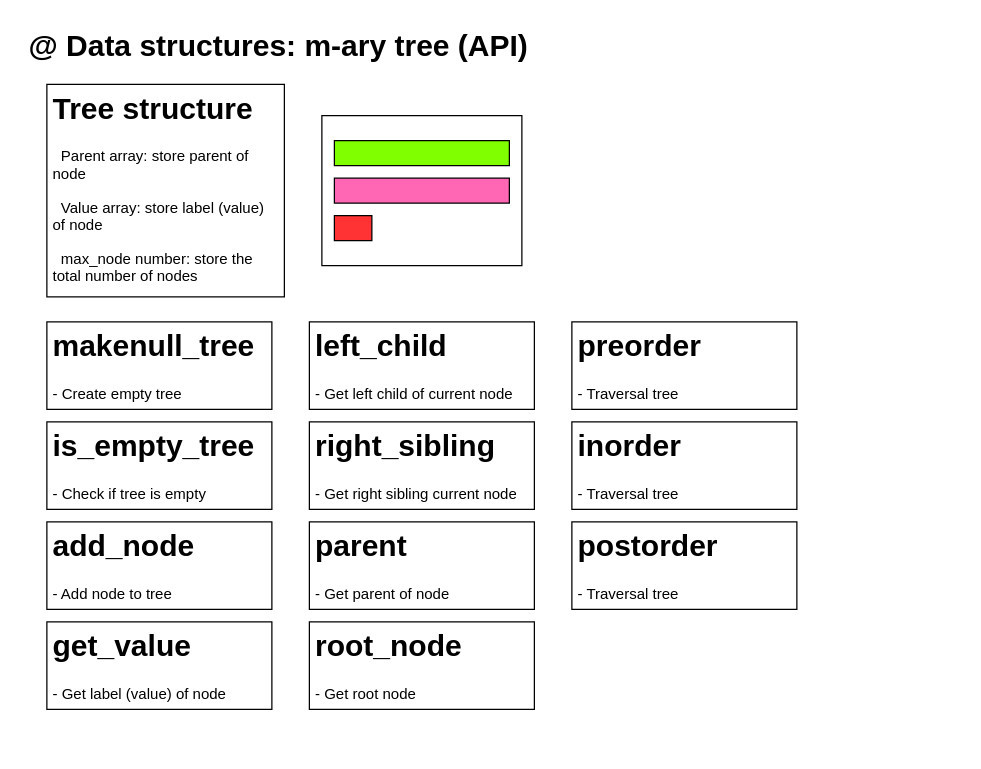
Before: src/dsa/Tree/diagram/m-ary-tree-api.drawio in publicforall1/c-lang, a draw.io diagram. Source tidied: cells renumbered, new cells numbered last; positions are measured from the earlier drawing's top-left corner, leaving out a move shared by most shapes. Both pictures are drawn from the tidied source at 125%, with x=0, y=0 at pixel (21, 21).
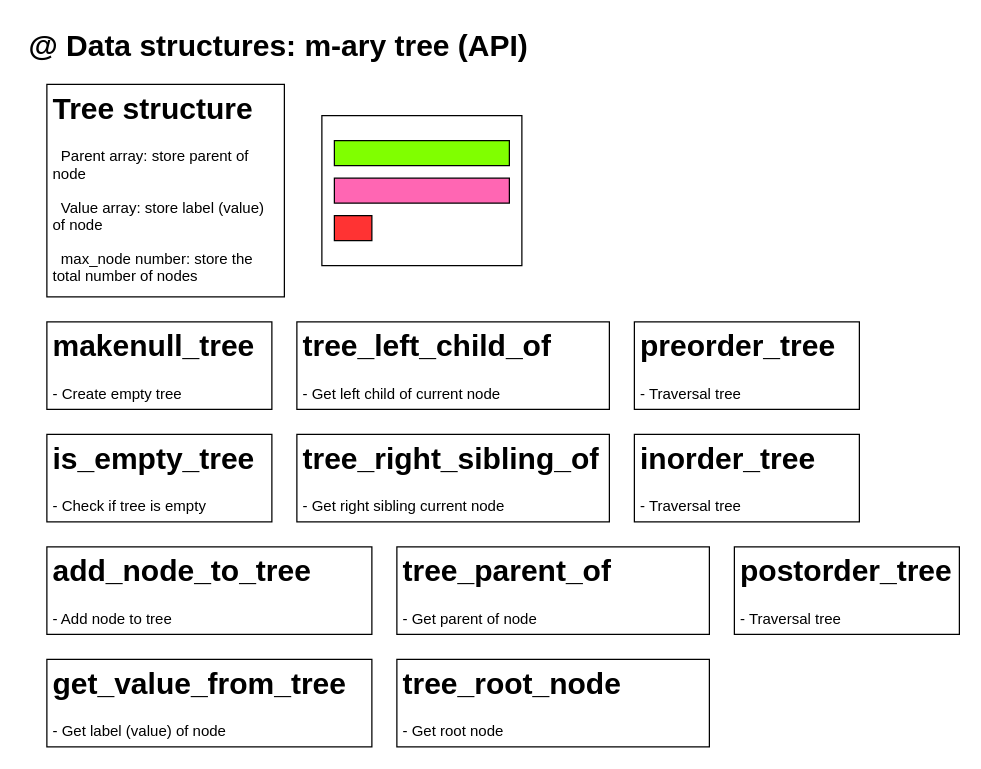
The same diagram, later.

Commit message (it also covers changes not shown here):
@compatible: Tree

What changed in the source:
```diff
@@
 <mxGraphModel>
   <root>
     <mxCell id="0" />
     <mxCell id="1" parent="0" />
     <mxCell id="2" value="@ Data structures: m-ary tree (API)" style="text;strokeColor=none;fillColor=none;html=1;fontSize=24;fontStyle=1;verticalAlign=middle;align=center;" parent="1" vertex="1">
       <mxGeometry width="410" height="40" as="geometry" />
     </mxCell>
     <mxCell id="3" value="&lt;h1&gt;makenull_tree&lt;/h1&gt;&lt;p&gt;&lt;font style=&quot;font-size: 12px&quot;&gt;- Create empty tree&lt;/font&gt;&lt;/p&gt;" style="text;html=1;strokeColor=#000000;fillColor=none;spacing=5;spacingTop=-20;whiteSpace=wrap;overflow=hidden;rounded=0;" parent="1" vertex="1">
       <mxGeometry x="20" y="240" width="180" height="70" as="geometry" />
     </mxCell>
     <mxCell id="4" value="&lt;h1&gt;is_empty_tree&lt;/h1&gt;&lt;p&gt;- Check if tree is empty&lt;/p&gt;" style="text;html=1;strokeColor=#000000;fillColor=none;spacing=5;spacingTop=-20;whiteSpace=wrap;overflow=hidden;rounded=0;" parent="1" vertex="1">
-      <mxGeometry x="20" y="320" width="180" height="70" as="geometry" />
+      <mxGeometry x="20" y="330" width="180" height="70" as="geometry" />
     </mxCell>
     <mxCell id="5" value="&lt;h1&gt;Tree structure&lt;/h1&gt;&lt;p&gt;&lt;font style=&quot;font-size: 12px&quot;&gt;&amp;nbsp; Parent array: store parent of node&lt;/font&gt;&lt;/p&gt;&lt;p&gt;&lt;font style=&quot;font-size: 12px&quot;&gt;&amp;nbsp; Value array: store label (value) of node&lt;/font&gt;&lt;/p&gt;&lt;p&gt;&lt;font style=&quot;font-size: 12px&quot;&gt;&amp;nbsp; max_node number: store the total number of nodes&lt;/font&gt;&lt;/p&gt;" style="text;html=1;strokeColor=#000000;fillColor=none;spacing=5;spacingTop=-20;whiteSpace=wrap;overflow=hidden;rounded=0;" parent="1" vertex="1">
       <mxGeometry x="20" y="50" width="190" height="170" as="geometry" />
     </mxCell>
-    <mxCell id="6" value="&lt;h1&gt;get_value&lt;/h1&gt;&lt;p&gt;&lt;font style=&quot;font-size: 12px&quot;&gt;- Get label (value) of node&lt;/font&gt;&lt;/p&gt;" style="text;html=1;strokeColor=#000000;fillColor=none;spacing=5;spacingTop=-20;whiteSpace=wrap;overflow=hidden;rounded=0;" parent="1" vertex="1">
-      <mxGeometry x="20" y="480" width="180" height="70" as="geometry" />
+    <mxCell id="6" value="&lt;h1&gt;get_value_from_tree&lt;/h1&gt;&lt;p&gt;&lt;font style=&quot;font-size: 12px&quot;&gt;- Get label (value) of node&lt;/font&gt;&lt;/p&gt;" style="text;html=1;strokeColor=#000000;fillColor=none;spacing=5;spacingTop=-20;whiteSpace=wrap;overflow=hidden;rounded=0;" parent="1" vertex="1">
+      <mxGeometry x="20" y="510" width="260" height="70" as="geometry" />
     </mxCell>
-    <mxCell id="7" value="&lt;h1&gt;root_node&lt;/h1&gt;&lt;p&gt;&lt;font style=&quot;font-size: 12px&quot;&gt;- Get root node&lt;/font&gt;&lt;/p&gt;" style="text;html=1;strokeColor=#000000;fillColor=none;spacing=5;spacingTop=-20;whiteSpace=wrap;overflow=hidden;rounded=0;" parent="1" vertex="1">
-      <mxGeometry x="230" y="480" width="180" height="70" as="geometry" />
+    <mxCell id="7" value="&lt;h1&gt;tree_root_node&lt;/h1&gt;&lt;p&gt;&lt;font style=&quot;font-size: 12px&quot;&gt;- Get root node&lt;/font&gt;&lt;/p&gt;" style="text;html=1;strokeColor=#000000;fillColor=none;spacing=5;spacingTop=-20;whiteSpace=wrap;overflow=hidden;rounded=0;" parent="1" vertex="1">
+      <mxGeometry x="300" y="510" width="250" height="70" as="geometry" />
     </mxCell>
-    <mxCell id="8" value="&lt;h1&gt;left_child&lt;/h1&gt;&lt;p&gt;&lt;font style=&quot;font-size: 12px&quot;&gt;- Get left child of current node&lt;/font&gt;&lt;/p&gt;" style="text;html=1;strokeColor=#000000;fillColor=none;spacing=5;spacingTop=-20;whiteSpace=wrap;overflow=hidden;rounded=0;" parent="1" vertex="1">
-      <mxGeometry x="230" y="240" width="180" height="70" as="geometry" />
+    <mxCell id="8" value="&lt;h1&gt;tree_left_child_of&lt;/h1&gt;&lt;p&gt;&lt;font style=&quot;font-size: 12px&quot;&gt;- Get left child of current node&lt;/font&gt;&lt;/p&gt;" style="text;html=1;strokeColor=#000000;fillColor=none;spacing=5;spacingTop=-20;whiteSpace=wrap;overflow=hidden;rounded=0;" parent="1" vertex="1">
+      <mxGeometry x="220" y="240" width="250" height="70" as="geometry" />
     </mxCell>
-    <mxCell id="9" value="&lt;h1&gt;right_sibling&lt;/h1&gt;&lt;p&gt;&lt;font style=&quot;font-size: 12px&quot;&gt;- Get right sibling current node&lt;/font&gt;&lt;/p&gt;" style="text;html=1;strokeColor=#000000;fillColor=none;spacing=5;spacingTop=-20;whiteSpace=wrap;overflow=hidden;rounded=0;" parent="1" vertex="1">
-      <mxGeometry x="230" y="320" width="180" height="70" as="geometry" />
+    <mxCell id="9" value="&lt;h1&gt;tree_right_sibling_of&lt;/h1&gt;&lt;p&gt;&lt;font style=&quot;font-size: 12px&quot;&gt;- Get right sibling current node&lt;/font&gt;&lt;/p&gt;" style="text;html=1;strokeColor=#000000;fillColor=none;spacing=5;spacingTop=-20;whiteSpace=wrap;overflow=hidden;rounded=0;" parent="1" vertex="1">
+      <mxGeometry x="220" y="330" width="250" height="70" as="geometry" />
     </mxCell>
-    <mxCell id="10" value="&lt;h1&gt;add_node&lt;/h1&gt;&lt;p&gt;&lt;font style=&quot;font-size: 12px&quot;&gt;- Add node to tree&lt;/font&gt;&lt;/p&gt;" style="text;html=1;strokeColor=#000000;fillColor=none;spacing=5;spacingTop=-20;whiteSpace=wrap;overflow=hidden;rounded=0;" parent="1" vertex="1">
-      <mxGeometry x="20" y="400" width="180" height="70" as="geometry" />
+    <mxCell id="10" value="&lt;h1&gt;add_node_to_tree&lt;/h1&gt;&lt;p&gt;&lt;font style=&quot;font-size: 12px&quot;&gt;- Add node to tree&lt;/font&gt;&lt;/p&gt;" style="text;html=1;strokeColor=#000000;fillColor=none;spacing=5;spacingTop=-20;whiteSpace=wrap;overflow=hidden;rounded=0;" parent="1" vertex="1">
+      <mxGeometry x="20" y="420" width="260" height="70" as="geometry" />
     </mxCell>
-    <mxCell id="11" value="&lt;h1&gt;preorder&lt;/h1&gt;&lt;p&gt;&lt;font style=&quot;font-size: 12px&quot;&gt;- Traversal tree&lt;/font&gt;&lt;/p&gt;" style="text;html=1;strokeColor=#000000;fillColor=none;spacing=5;spacingTop=-20;whiteSpace=wrap;overflow=hidden;rounded=0;" parent="1" vertex="1">
-      <mxGeometry x="440" y="240" width="180" height="70" as="geometry" />
+    <mxCell id="11" value="&lt;h1&gt;preorder_tree&lt;/h1&gt;&lt;p&gt;&lt;font style=&quot;font-size: 12px&quot;&gt;- Traversal tree&lt;/font&gt;&lt;/p&gt;" style="text;html=1;strokeColor=#000000;fillColor=none;spacing=5;spacingTop=-20;whiteSpace=wrap;overflow=hidden;rounded=0;" parent="1" vertex="1">
+      <mxGeometry x="490" y="240" width="180" height="70" as="geometry" />
     </mxCell>
-    <mxCell id="12" value="&lt;h1&gt;inorder&lt;/h1&gt;&lt;p&gt;&lt;font style=&quot;font-size: 12px&quot;&gt;- Traversal tree&lt;/font&gt;&lt;/p&gt;" style="text;html=1;strokeColor=#000000;fillColor=none;spacing=5;spacingTop=-20;whiteSpace=wrap;overflow=hidden;rounded=0;" parent="1" vertex="1">
-      <mxGeometry x="440" y="320" width="180" height="70" as="geometry" />
+    <mxCell id="12" value="&lt;h1&gt;inorder_tree&lt;/h1&gt;&lt;p&gt;&lt;font style=&quot;font-size: 12px&quot;&gt;- Traversal tree&lt;/font&gt;&lt;/p&gt;" style="text;html=1;strokeColor=#000000;fillColor=none;spacing=5;spacingTop=-20;whiteSpace=wrap;overflow=hidden;rounded=0;" parent="1" vertex="1">
+      <mxGeometry x="490" y="330" width="180" height="70" as="geometry" />
     </mxCell>
-    <mxCell id="13" value="&lt;h1&gt;postorder&lt;/h1&gt;&lt;p&gt;&lt;font style=&quot;font-size: 12px&quot;&gt;- Traversal tree&lt;/font&gt;&lt;/p&gt;" style="text;html=1;strokeColor=#000000;fillColor=none;spacing=5;spacingTop=-20;whiteSpace=wrap;overflow=hidden;rounded=0;" parent="1" vertex="1">
-      <mxGeometry x="440" y="400" width="180" height="70" as="geometry" />
+    <mxCell id="13" value="&lt;h1&gt;postorder_tree&lt;/h1&gt;&lt;p&gt;&lt;font style=&quot;font-size: 12px&quot;&gt;- Traversal tree&lt;/font&gt;&lt;/p&gt;" style="text;html=1;strokeColor=#000000;fillColor=none;spacing=5;spacingTop=-20;whiteSpace=wrap;overflow=hidden;rounded=0;" parent="1" vertex="1">
+      <mxGeometry x="570" y="420" width="180" height="70" as="geometry" />
     </mxCell>
-    <mxCell id="14" value="&lt;h1&gt;parent&lt;/h1&gt;&lt;p&gt;&lt;font style=&quot;font-size: 12px&quot;&gt;- Get parent of node&lt;/font&gt;&lt;/p&gt;" style="text;html=1;strokeColor=#000000;fillColor=none;spacing=5;spacingTop=-20;whiteSpace=wrap;overflow=hidden;rounded=0;" parent="1" vertex="1">
-      <mxGeometry x="230" y="400" width="180" height="70" as="geometry" />
+    <mxCell id="14" value="&lt;h1&gt;tree_parent_of&lt;/h1&gt;&lt;p&gt;&lt;font style=&quot;font-size: 12px&quot;&gt;- Get parent of node&lt;/font&gt;&lt;/p&gt;" style="text;html=1;strokeColor=#000000;fillColor=none;spacing=5;spacingTop=-20;whiteSpace=wrap;overflow=hidden;rounded=0;" parent="1" vertex="1">
+      <mxGeometry x="300" y="420" width="250" height="70" as="geometry" />
     </mxCell>
     <mxCell id="15" style="group;" parent="1" vertex="1">
       <mxGeometry x="240" y="75" width="160" height="120" as="geometry" />
     </mxCell>
     <mxCell id="16" style="rounded=0;whiteSpace=wrap;html=1;strokeColor=#000000;fillColor=none;" parent="15" vertex="1">
       <mxGeometry width="160" height="120" as="geometry" />
     </mxCell>
     <mxCell id="17" style="rounded=0;whiteSpace=wrap;html=1;strokeColor=#000000;fillColor=#80FF00;" parent="15" vertex="1">
       <mxGeometry x="10" y="20" width="140" height="20" as="geometry" />
     </mxCell>
     <mxCell id="18" style="rounded=0;whiteSpace=wrap;html=1;strokeColor=#000000;fillColor=#FF66B3;" parent="15" vertex="1">
       <mxGeometry x="10" y="50" width="140" height="20" as="geometry" />
     </mxCell>
     <mxCell id="19" style="rounded=0;whiteSpace=wrap;html=1;strokeColor=#000000;fillColor=#FF3333;" parent="15" vertex="1">
       <mxGeometry x="10" y="80" width="30" height="20" as="geometry" />
     </mxCell>
   </root>
 </mxGraphModel>
```
